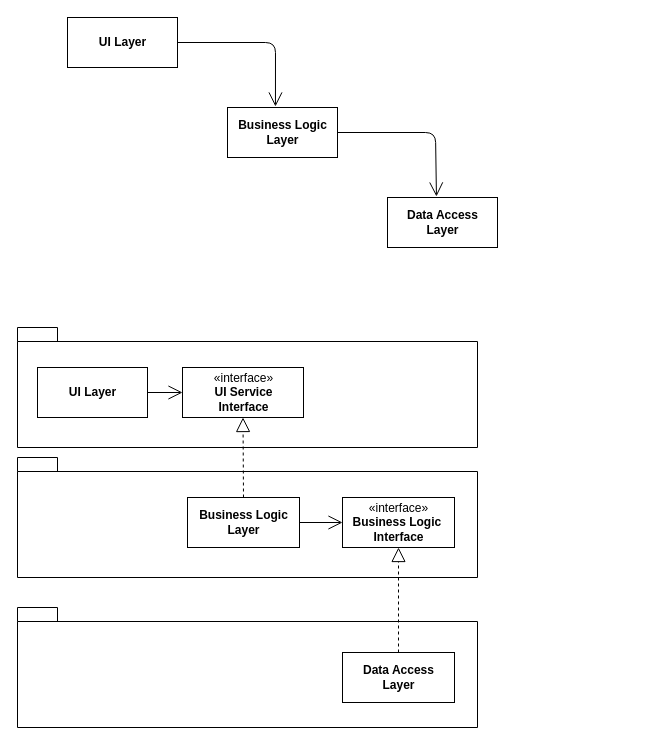
redheads/clean-code-csharp keeps this draw.io diagram as page "DIP" (3 of 3) of presentation/slides/drawio/clean-code-01.drawio. Above is the earlier version. Source tidied: cells renumbered, new cells numbered last; positions are measured from the earlier drawing's top-left corner, leaving out a move shared by most shapes. Both pictures are drawn from the tidied source at 100%, with x=0, y=0 at pixel (17, 17).
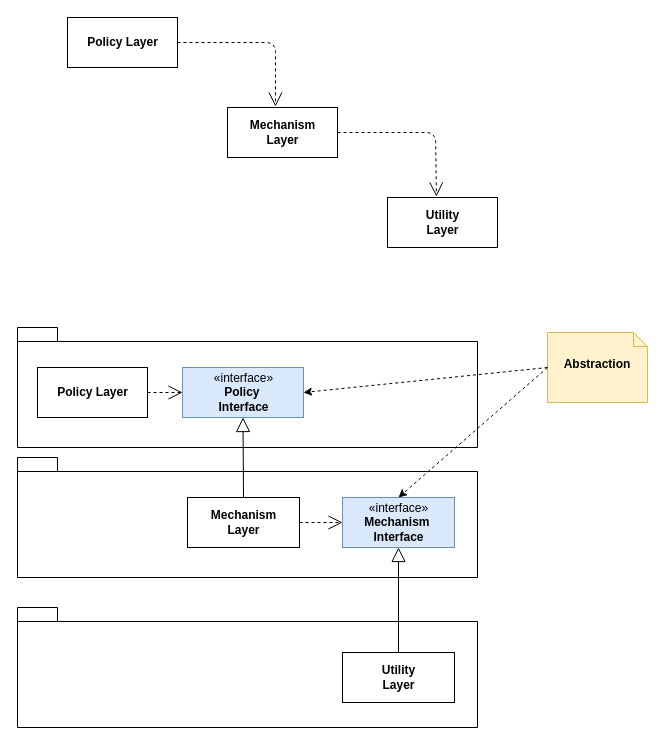
Above is the later version.

The edit, as a diff of the source:
```diff
@@
-    <mxCell id="2" value="UI Layer" style="html=1;fontStyle=1;" parent="1" vertex="1">
+    <mxCell id="2" value="Policy Layer" style="html=1;fontStyle=1;" parent="1" vertex="1">
       <mxGeometry x="50" width="110" height="50" as="geometry" />
     </mxCell>
-    <mxCell id="3" value="Business Logic&lt;br&gt;Layer" style="html=1;fontStyle=1;" parent="1" vertex="1">
+    <mxCell id="3" value="Mechanism&lt;br&gt;Layer" style="html=1;fontStyle=1;" parent="1" vertex="1">
       <mxGeometry x="210" y="90" width="110" height="50" as="geometry" />
     </mxCell>
-    <mxCell id="4" value="Data Access&lt;br&gt;Layer" style="html=1;fontStyle=1;" parent="1" vertex="1">
+    <mxCell id="4" value="Utility&lt;br&gt;Layer" style="html=1;fontStyle=1;" parent="1" vertex="1">
       <mxGeometry x="370" y="180" width="110" height="50" as="geometry" />
     </mxCell>
-    <mxCell id="5" style="endArrow=open;endFill=1;endSize=12;html=1;exitX=1;exitY=0.5;exitDx=0;exitDy=0;entryX=0.436;entryY=-0.02;entryDx=0;entryDy=0;entryPerimeter=0;" parent="1" edge="1" source="2" target="3">
+    <mxCell id="5" style="endArrow=open;endFill=1;endSize=12;html=1;exitX=1;exitY=0.5;exitDx=0;exitDy=0;entryX=0.436;entryY=-0.02;entryDx=0;entryDy=0;entryPerimeter=0;dashed=1;" parent="1" edge="1" source="2" target="3">
       <mxGeometry relative="1" as="geometry">
         <Array as="points">
           <mxPoint x="258" y="25" />
         </Array>
       </mxGeometry>
     </mxCell>
-    <mxCell id="6" style="endArrow=open;endFill=1;endSize=12;html=1;exitX=1;exitY=0.5;exitDx=0;exitDy=0;entryX=0.445;entryY=-0.02;entryDx=0;entryDy=0;entryPerimeter=0;" parent="1" edge="1" source="3" target="4">
+    <mxCell id="6" style="endArrow=open;endFill=1;endSize=12;html=1;exitX=1;exitY=0.5;exitDx=0;exitDy=0;entryX=0.445;entryY=-0.02;entryDx=0;entryDy=0;entryPerimeter=0;dashed=1;" parent="1" edge="1" source="3" target="4">
       <mxGeometry relative="1" as="geometry">
         <Array as="points">
           <mxPoint x="418" y="115" />
         </Array>
       </mxGeometry>
     </mxCell>
@@
-    <mxCell id="8" value="UI Layer" style="html=1;fontStyle=1;" parent="1" vertex="1">
+    <mxCell id="8" value="Policy Layer" style="html=1;fontStyle=1;" parent="1" vertex="1">
       <mxGeometry x="20" y="350" width="110" height="50" as="geometry" />
     </mxCell>
-    <mxCell id="9" value="«interface»&lt;br&gt;&lt;b&gt;UI Service &lt;br&gt;Interface&lt;/b&gt;" style="html=1;" parent="1" vertex="1">
+    <mxCell id="9" value="«interface»&lt;br&gt;&lt;b&gt;Policy&amp;nbsp;&lt;br&gt;Interface&lt;/b&gt;" style="html=1;fillColor=#dae8fc;strokeColor=#6c8ebf;" parent="1" vertex="1">
       <mxGeometry x="165" y="350" width="121" height="50" as="geometry" />
     </mxCell>
-    <mxCell id="10" style="endArrow=open;endFill=1;endSize=12;html=1;exitX=1;exitY=0.5;exitDx=0;exitDy=0;entryX=0;entryY=0.5;entryDx=0;entryDy=0;" parent="1" edge="1" source="8" target="9">
+    <mxCell id="10" style="endArrow=open;endFill=1;endSize=12;html=1;exitX=1;exitY=0.5;exitDx=0;exitDy=0;entryX=0;entryY=0.5;entryDx=0;entryDy=0;dashed=1;" parent="1" edge="1" source="8" target="9">
       <mxGeometry relative="1" as="geometry" />
     </mxCell>
@@
-    <mxCell id="12" value="Business Logic&lt;br&gt;Layer" style="html=1;fontStyle=1;" parent="1" vertex="1">
+    <mxCell id="12" value="Mechanism&lt;br&gt;Layer" style="html=1;fontStyle=1;" parent="1" vertex="1">
       <mxGeometry x="170" y="480" width="112" height="50" as="geometry" />
     </mxCell>
-    <mxCell id="13" value="«interface»&lt;br&gt;&lt;b&gt;Business Logic&amp;nbsp;&lt;br&gt;Interface&lt;/b&gt;" style="html=1;" parent="1" vertex="1">
+    <mxCell id="13" value="«interface»&lt;br&gt;&lt;b&gt;Mechanism&amp;nbsp;&lt;br&gt;Interface&lt;/b&gt;" style="html=1;fillColor=#dae8fc;strokeColor=#6c8ebf;" parent="1" vertex="1">
       <mxGeometry x="325" y="480" width="112" height="50" as="geometry" />
     </mxCell>
-    <mxCell id="14" style="endArrow=open;endFill=1;endSize=12;html=1;exitX=1;exitY=0.5;exitDx=0;exitDy=0;entryX=0;entryY=0.5;entryDx=0;entryDy=0;" parent="1" edge="1" source="12" target="13">
+    <mxCell id="14" style="endArrow=open;endFill=1;endSize=12;html=1;exitX=1;exitY=0.5;exitDx=0;exitDy=0;entryX=0;entryY=0.5;entryDx=0;entryDy=0;dashed=1;" parent="1" edge="1" source="12" target="13">
       <mxGeometry relative="1" as="geometry" />
     </mxCell>
@@
-    <mxCell id="16" value="Data Access&lt;br&gt;Layer" style="html=1;fontStyle=1;" parent="1" vertex="1">
+    <mxCell id="16" value="Utility&lt;br&gt;Layer" style="html=1;fontStyle=1;" parent="1" vertex="1">
       <mxGeometry x="325" y="635" width="112" height="50" as="geometry" />
     </mxCell>
-    <mxCell id="17" style="endArrow=block;dashed=1;endFill=0;endSize=12;html=1;exitX=0.5;exitY=0;exitDx=0;exitDy=0;entryX=0.5;entryY=1;entryDx=0;entryDy=0;" parent="1" edge="1" source="12" target="9">
+    <mxCell id="17" style="endArrow=block;endFill=0;endSize=12;html=1;exitX=0.5;exitY=0;exitDx=0;exitDy=0;entryX=0.5;entryY=1;entryDx=0;entryDy=0;" parent="1" edge="1" source="12" target="9">
       <mxGeometry relative="1" as="geometry" />
     </mxCell>
-    <mxCell id="18" style="endArrow=block;dashed=1;endFill=0;endSize=12;html=1;exitX=0.5;exitY=0;exitDx=0;exitDy=0;entryX=0.5;entryY=1;entryDx=0;entryDy=0;" parent="1" edge="1" source="16" target="13">
+    <mxCell id="18" style="endArrow=block;endFill=0;endSize=12;html=1;exitX=0.5;exitY=0;exitDx=0;exitDy=0;entryX=0.5;entryY=1;entryDx=0;entryDy=0;" parent="1" edge="1" source="16" target="13">
       <mxGeometry relative="1" as="geometry" />
     </mxCell>
+    <mxCell id="19" value="Abstraction" style="shape=note;whiteSpace=wrap;html=1;size=14;verticalAlign=middle;align=center;spacingTop=-6;fontStyle=1;fillColor=#fff2cc;strokeColor=#d6b656;" parent="1" vertex="1">
+      <mxGeometry x="530" y="315" width="100" height="70" as="geometry" />
+    </mxCell>
+    <mxCell id="20" style="endArrow=classic;html=1;dashed=1;entryX=1;entryY=0.5;entryDx=0;entryDy=0;exitX=0;exitY=0.5;exitDx=0;exitDy=0;exitPerimeter=0;" parent="1" edge="1" source="19" target="9">
+      <mxGeometry relative="1" as="geometry" />
+    </mxCell>
+    <mxCell id="21" style="endArrow=classic;html=1;dashed=1;entryX=0.5;entryY=0;entryDx=0;entryDy=0;exitX=0;exitY=0.5;exitDx=0;exitDy=0;exitPerimeter=0;" parent="1" edge="1" source="19" target="13">
+      <mxGeometry relative="1" as="geometry" />
+    </mxCell>
```
